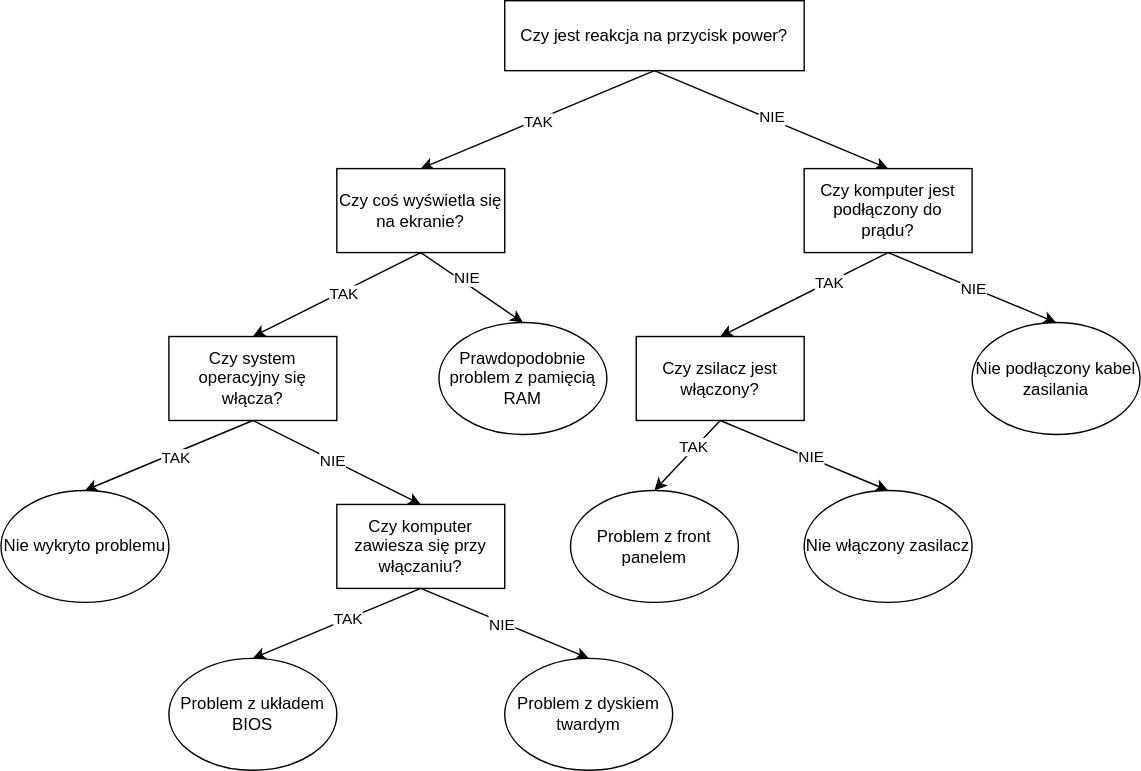
Before: diagram.svg, a diagram exported from draw.io (Mastowicz/Podejmowanie_Decyzji). Source tidied: cells renumbered, new cells last; positions are measured from the earlier drawing's top-left corner, leaving out a move shared by most shapes.
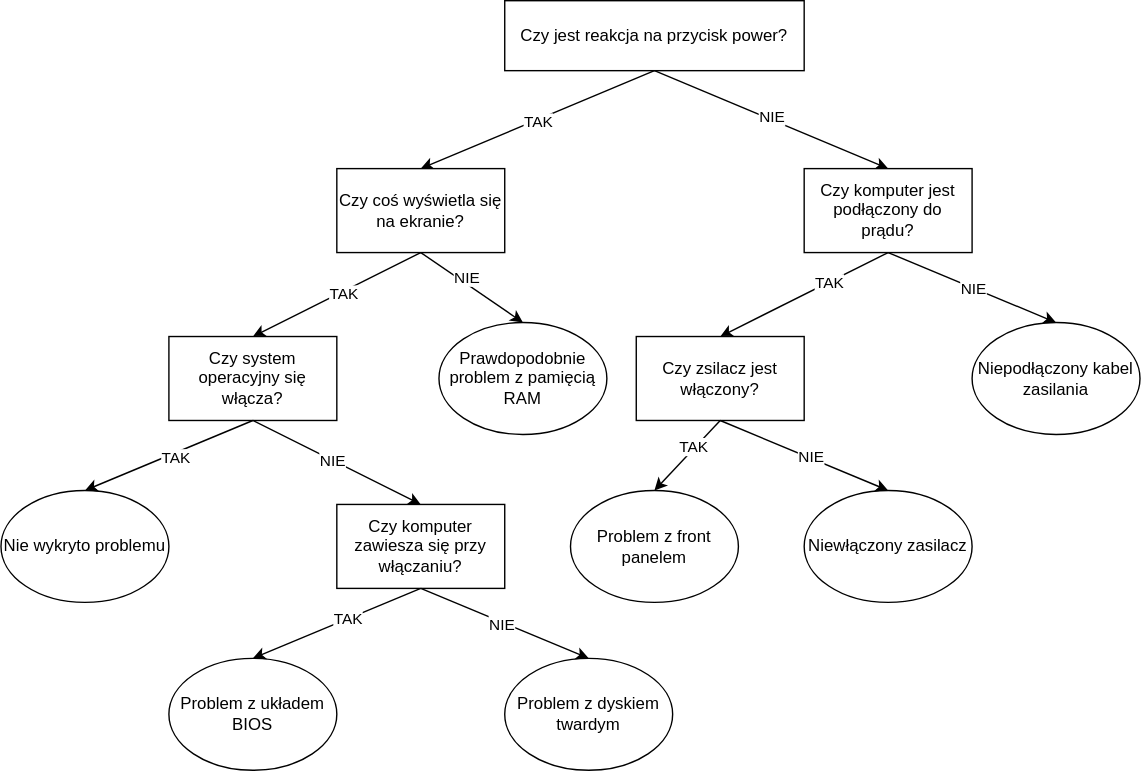
After the change.

Commit message:
Nie z przymiotnikami piszemy łącznie!

Diff of the diagram source:
```diff
@@ -1,4 +1,4 @@
-<mxGraphModel background="#FFFFFF">
+<mxGraphModel background="#ffffff">
   <root>
     <mxCell id="0" />
     <mxCell id="1" parent="0" />
@@ -65,10 +65,10 @@
     <mxCell id="22" value="Problem z front panelem" style="ellipse;whiteSpace=wrap;html=1;rounded=0;" parent="1" vertex="1">
       <mxGeometry x="407" y="350" width="120" height="80" as="geometry" />
     </mxCell>
-    <mxCell id="23" value="Nie włączony zasilacz" style="ellipse;whiteSpace=wrap;html=1;rounded=0;" parent="1" vertex="1">
+    <mxCell id="23" value="Niewłączony zasilacz" style="ellipse;whiteSpace=wrap;html=1;rounded=0;" parent="1" vertex="1">
       <mxGeometry x="574" y="350" width="120" height="80" as="geometry" />
     </mxCell>
-    <mxCell id="24" value="Nie podłączony kabel zasilania" style="ellipse;whiteSpace=wrap;html=1;rounded=0;" parent="1" vertex="1">
+    <mxCell id="24" value="Niepodłączony kabel zasilania" style="ellipse;whiteSpace=wrap;html=1;rounded=0;" parent="1" vertex="1">
       <mxGeometry x="694" y="230" width="120" height="80" as="geometry" />
     </mxCell>
     <mxCell id="25" style="endArrow=classic;html=1;rounded=0;exitX=0.5;exitY=1;exitDx=0;exitDy=0;entryX=0.5;entryY=0;entryDx=0;entryDy=0;" parent="1" edge="1" source="7" target="20">
```
